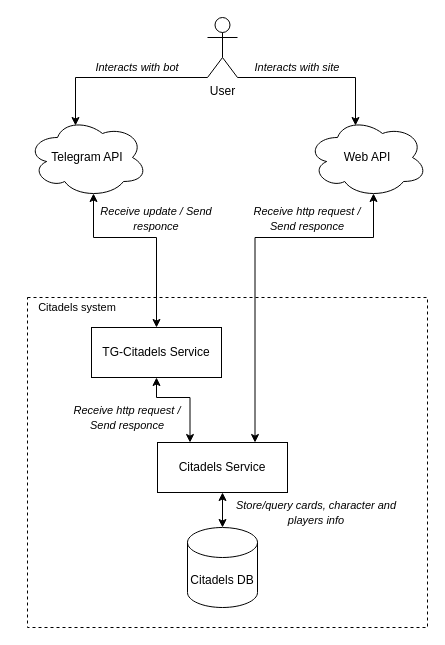
AntonArtomovNM/KCAA keeps this draw.io diagram as docs/High-level diagram.drawio. Above is the earlier version. Source tidied: cells renumbered, new cells numbered last; positions are measured from the earlier drawing's top-left corner, leaving out a move shared by most shapes. Both pictures are drawn from the tidied source at 100%, with x=0, y=0 at pixel (17, 17).
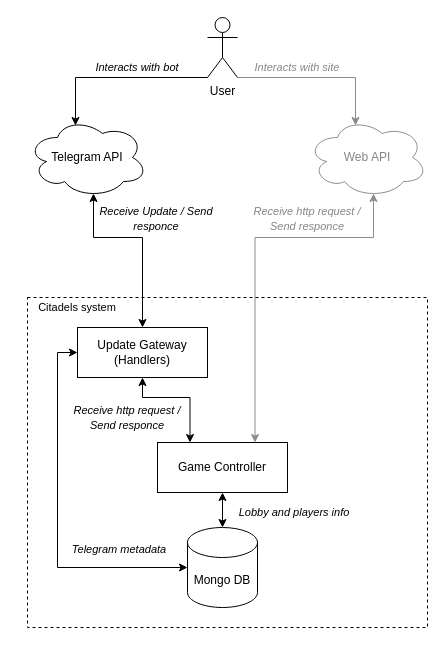
After the change.

Unchanged cells that the change refers to:
```xml
<mxCell id="4" value="User" style="shape=umlActor;verticalLabelPosition=bottom;verticalAlign=top;html=1;outlineConnect=0;" parent="1" vertex="1">
  <mxGeometry x="190" width="30" height="60" as="geometry" />
</mxCell>
<mxCell id="6" value="Telegram API" style="ellipse;shape=cloud;whiteSpace=wrap;html=1;" parent="1" vertex="1">
  <mxGeometry x="10" y="100" width="120" height="80" as="geometry" />
</mxCell>
```

Diff of the diagram source:
```diff
@@
-    <mxCell id="3" style="edgeStyle=orthogonalEdgeStyle;rounded=0;jettySize=auto;html=1;exitX=1;exitY=1;exitDx=0;exitDy=0;exitPerimeter=0;entryX=0.4;entryY=0.1;entryDx=0;entryDy=0;entryPerimeter=0;" parent="1" edge="1" source="4" target="8">
+    <mxCell id="3" style="edgeStyle=orthogonalEdgeStyle;rounded=0;jettySize=auto;html=1;exitX=1;exitY=1;exitDx=0;exitDy=0;exitPerimeter=0;entryX=0.4;entryY=0.1;entryDx=0;entryDy=0;entryPerimeter=0;strokeColor=#8C8C8C;" parent="1" edge="1" source="4" target="8">
       <mxGeometry relative="1" as="geometry">
         <Array as="points">
           <mxPoint x="338" y="60" />
         </Array>
       </mxGeometry>
     </mxCell>
@@
     <mxCell id="5" style="edgeStyle=orthogonalEdgeStyle;rounded=0;jettySize=auto;html=1;exitX=0.55;exitY=0.95;exitDx=0;exitDy=0;exitPerimeter=0;entryX=0.5;entryY=0;entryDx=0;entryDy=0;startArrow=classic;startFill=1;" parent="1" edge="1" source="6" target="19">
       <mxGeometry relative="1" as="geometry">
         <Array as="points">
           <mxPoint x="76" y="220" />
-          <mxPoint x="139" y="220" />
+          <mxPoint x="125" y="220" />
         </Array>
       </mxGeometry>
     </mxCell>
@@
-    <mxCell id="7" style="edgeStyle=orthogonalEdgeStyle;rounded=0;jettySize=auto;html=1;exitX=0.55;exitY=0.95;exitDx=0;exitDy=0;exitPerimeter=0;entryX=0.75;entryY=0;entryDx=0;entryDy=0;startArrow=classic;startFill=1;" parent="1" edge="1" source="8" target="11">
+    <mxCell id="7" style="edgeStyle=orthogonalEdgeStyle;rounded=0;jettySize=auto;html=1;exitX=0.55;exitY=0.95;exitDx=0;exitDy=0;exitPerimeter=0;entryX=0.75;entryY=0;entryDx=0;entryDy=0;startArrow=classic;startFill=1;strokeColor=#8C8C8C;" parent="1" edge="1" source="8" target="11">
       <mxGeometry relative="1" as="geometry">
         <Array as="points">
           <mxPoint x="356" y="220" />
           <mxPoint x="238" y="220" />
         </Array>
       </mxGeometry>
     </mxCell>
-    <mxCell id="8" value="Web API" style="ellipse;shape=cloud;whiteSpace=wrap;html=1;" parent="1" vertex="1">
+    <mxCell id="8" value="Web API" style="ellipse;shape=cloud;whiteSpace=wrap;html=1;strokeColor=#8C8C8C;fontColor=#858585;" parent="1" vertex="1">
       <mxGeometry x="290" y="100" width="120" height="80" as="geometry" />
     </mxCell>
@@
-    <mxCell id="11" value="Citadels Service" style="rounded=0;whiteSpace=wrap;html=1;fillColor=none;" parent="1" vertex="1">
+    <mxCell id="11" value="Game Controller" style="rounded=0;whiteSpace=wrap;html=1;fillColor=none;" parent="1" vertex="1">
       <mxGeometry x="140" y="425" width="130" height="50" as="geometry" />
     </mxCell>
@@
-    <mxCell id="13" value="&lt;i&gt;&lt;font style=&quot;font-size: 11px&quot;&gt;Interacts with site&lt;/font&gt;&lt;/i&gt;" style="text;html=1;strokeColor=none;fillColor=none;align=center;verticalAlign=middle;whiteSpace=wrap;rounded=0;" parent="1" vertex="1">
+    <mxCell id="13" value="&lt;i&gt;&lt;font style=&quot;font-size: 11px&quot;&gt;Interacts with site&lt;/font&gt;&lt;/i&gt;" style="text;html=1;strokeColor=none;fillColor=none;align=center;verticalAlign=middle;whiteSpace=wrap;rounded=0;fontColor=#858585;" parent="1" vertex="1">
       <mxGeometry x="220" y="40" width="120" height="20" as="geometry" />
     </mxCell>
-    <mxCell id="14" value="&lt;i&gt;&lt;font style=&quot;font-size: 11px&quot;&gt;Receive update / Send responce&lt;/font&gt;&lt;/i&gt;" style="text;html=1;strokeColor=none;fillColor=none;align=center;verticalAlign=middle;whiteSpace=wrap;rounded=0;" parent="1" vertex="1">
+    <mxCell id="14" value="&lt;i&gt;&lt;font style=&quot;font-size: 11px&quot;&gt;Receive Update / Send responce&lt;/font&gt;&lt;/i&gt;" style="text;html=1;strokeColor=none;fillColor=none;align=center;verticalAlign=middle;whiteSpace=wrap;rounded=0;" parent="1" vertex="1">
       <mxGeometry x="64" y="191" width="150" height="20" as="geometry" />
     </mxCell>
-    <mxCell id="15" value="&lt;i&gt;&lt;font&gt;&lt;span style=&quot;font-size: 11px&quot;&gt;Receive http request&amp;nbsp;/ Send responce&lt;/span&gt;&lt;/font&gt;&lt;/i&gt;" style="text;html=1;strokeColor=none;fillColor=none;align=center;verticalAlign=middle;whiteSpace=wrap;rounded=0;" parent="1" vertex="1">
+    <mxCell id="15" value="&lt;i&gt;&lt;font&gt;&lt;span style=&quot;font-size: 11px&quot;&gt;Receive http request&amp;nbsp;/ Send responce&lt;/span&gt;&lt;/font&gt;&lt;/i&gt;" style="text;html=1;strokeColor=none;fillColor=none;align=center;verticalAlign=middle;whiteSpace=wrap;rounded=0;fontColor=#858585;" parent="1" vertex="1">
       <mxGeometry x="230" y="191" width="120" height="20" as="geometry" />
     </mxCell>
-    <mxCell id="16" value="Citadels DB" style="shape=cylinder3;whiteSpace=wrap;html=1;boundedLbl=1;backgroundOutline=1;size=15;fillColor=none;" parent="1" vertex="1">
+    <mxCell id="16" value="Mongo DB" style="shape=cylinder3;whiteSpace=wrap;html=1;boundedLbl=1;backgroundOutline=1;size=15;fillColor=none;" parent="1" vertex="1">
       <mxGeometry x="170" y="510" width="70" height="80" as="geometry" />
     </mxCell>
-    <mxCell id="17" value="&lt;i&gt;&lt;font style=&quot;font-size: 11px&quot;&gt;Store/query cards, character and players info&lt;/font&gt;&lt;/i&gt;" style="text;html=1;strokeColor=none;fillColor=none;align=center;verticalAlign=middle;whiteSpace=wrap;rounded=0;" parent="1" vertex="1">
-      <mxGeometry x="214" y="484.5" width="170" height="20" as="geometry" />
+    <mxCell id="17" value="&lt;i&gt;&lt;font style=&quot;font-size: 11px&quot;&gt;Lobby and players info&lt;/font&gt;&lt;/i&gt;" style="text;html=1;strokeColor=none;fillColor=none;align=center;verticalAlign=middle;whiteSpace=wrap;rounded=0;" parent="1" vertex="1">
+      <mxGeometry x="214" y="484.5" width="126" height="20" as="geometry" />
     </mxCell>
@@
-    <mxCell id="19" value="TG-Citadels Service" style="rounded=0;whiteSpace=wrap;html=1;fillColor=none;" parent="1" vertex="1">
-      <mxGeometry x="74" y="310" width="130" height="50" as="geometry" />
+    <mxCell id="19" value="Update Gateway&lt;br&gt;(Handlers)" style="rounded=0;whiteSpace=wrap;html=1;fillColor=none;" parent="1" vertex="1">
+      <mxGeometry x="60" y="310" width="130" height="50" as="geometry" />
     </mxCell>
     <mxCell id="20" style="edgeStyle=orthogonalEdgeStyle;rounded=0;jettySize=auto;html=1;exitX=0.5;exitY=1;exitDx=0;exitDy=0;entryX=0.25;entryY=0;entryDx=0;entryDy=0;startArrow=classic;startFill=1;" parent="1" edge="1" source="19" target="11">
       <mxGeometry relative="1" as="geometry">
         <Array as="points">
-          <mxPoint x="139" y="380" />
+          <mxPoint x="125" y="380" />
           <mxPoint x="173" y="380" />
         </Array>
       </mxGeometry>
     </mxCell>
@@
+    <mxCell id="22" style="edgeStyle=orthogonalEdgeStyle;rounded=0;jettySize=auto;html=1;startArrow=classic;startFill=1;" parent="1" edge="1" source="16" target="19">
+      <mxGeometry relative="1" as="geometry">
+        <Array as="points">
+          <mxPoint x="40" y="550" />
+          <mxPoint x="40" y="335" />
+        </Array>
+      </mxGeometry>
+    </mxCell>
+    <mxCell id="23" value="&lt;i&gt;&lt;font style=&quot;font-size: 11px&quot;&gt;Telegram metadata&lt;/font&gt;&lt;/i&gt;" style="text;html=1;strokeColor=none;fillColor=none;align=center;verticalAlign=middle;whiteSpace=wrap;rounded=0;" parent="1" vertex="1">
+      <mxGeometry x="39" y="522" width="126" height="20" as="geometry" />
+    </mxCell>
```
